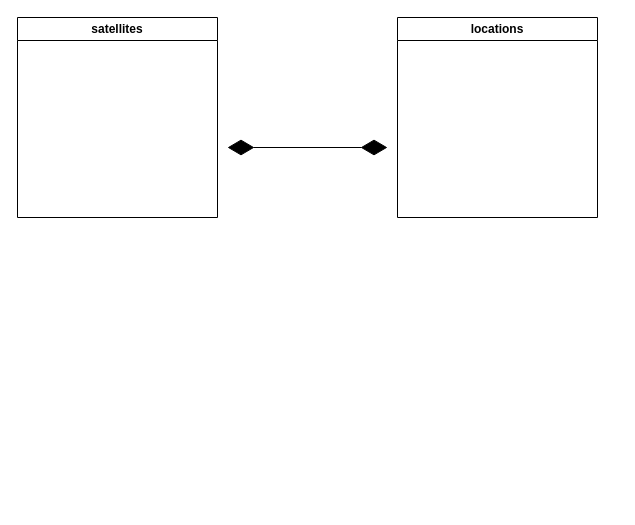
Before: satOps.drawio in JanThoemel/drawIO, a draw.io diagram. Source tidied: cells renumbered, new cells numbered last; positions are measured from the earlier drawing's top-left corner, leaving out a move shared by most shapes. Both pictures are drawn from the tidied source at 100%, with x=0, y=0 at pixel (17, 17).
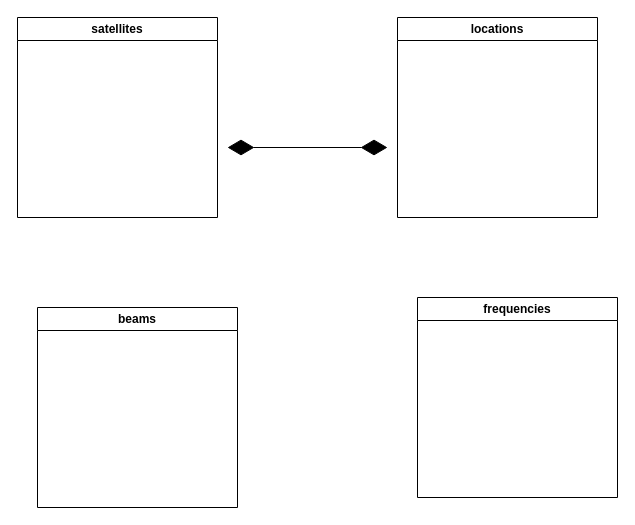
The same page after the edit.

Change to the diagram source:
```diff
@@
 <mxGraphModel>
   <root>
     <mxCell id="0" />
     <mxCell id="1" parent="0" />
     <mxCell id="2" value="satellites" style="swimlane;whiteSpace=wrap;html=1;" parent="1" vertex="1">
       <mxGeometry width="200" height="200" as="geometry" />
     </mxCell>
     <mxCell id="3" value="&lt;div&gt;locations&lt;/div&gt;" style="swimlane;whiteSpace=wrap;html=1;" parent="1" vertex="1">
       <mxGeometry x="380" width="200" height="200" as="geometry" />
     </mxCell>
     <mxCell id="4" style="endArrow=diamondThin;endFill=1;endSize=24;html=1;rounded=0;startArrow=diamondThin;startFill=1;startSize=24;" parent="1" edge="1">
       <mxGeometry relative="1" as="geometry">
         <mxPoint x="210" y="130" as="sourcePoint" />
         <mxPoint x="370" y="130" as="targetPoint" />
       </mxGeometry>
     </mxCell>
+    <mxCell id="5" value="&lt;div&gt;beams&lt;/div&gt;" style="swimlane;whiteSpace=wrap;html=1;" parent="1" vertex="1">
+      <mxGeometry x="20" y="290" width="200" height="200" as="geometry" />
+    </mxCell>
+    <mxCell id="6" value="frequencies" style="swimlane;whiteSpace=wrap;html=1;" parent="1" vertex="1">
+      <mxGeometry x="400" y="280" width="200" height="200" as="geometry" />
+    </mxCell>
   </root>
 </mxGraphModel>
```
